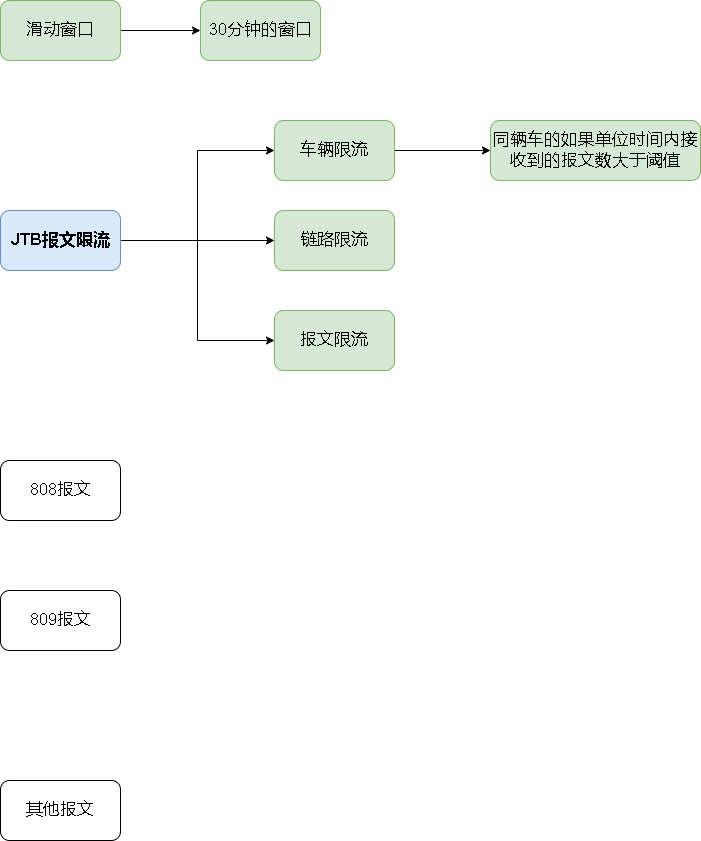
Above: jtb报文限流.drawio.png in xktder/draw (draw.io), before the change. Source tidied: cells renumbered, new cells last; positions are measured from the earlier drawing's top-left corner, leaving out a move shared by most shapes.
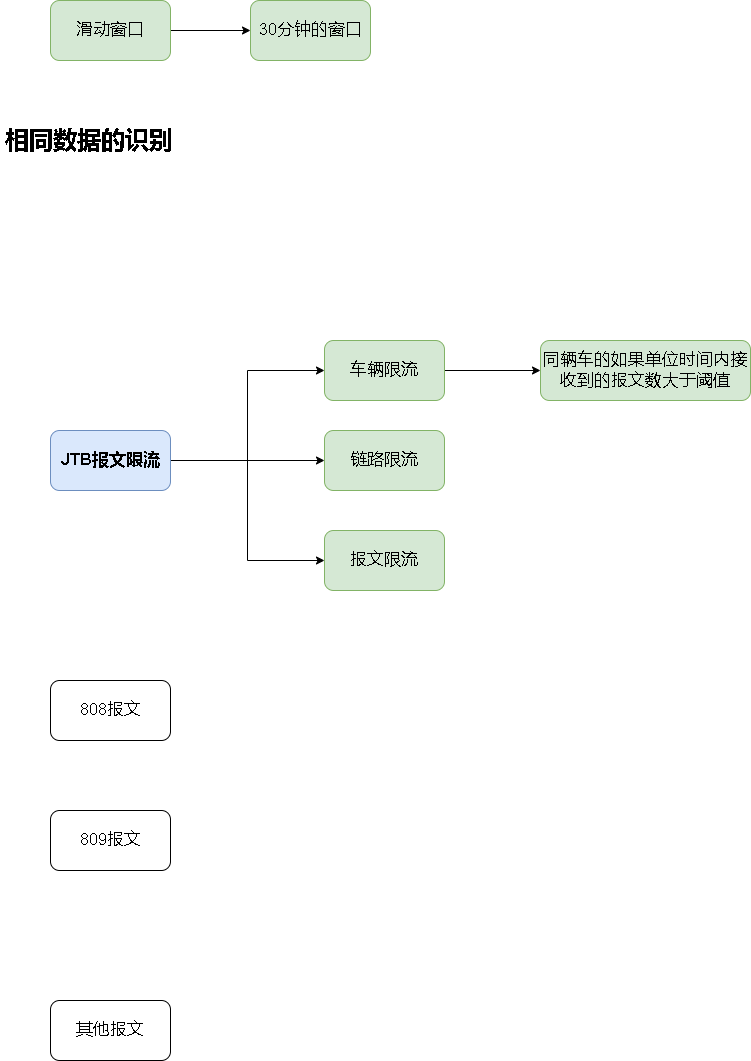
The same file after the commit.

Commit message:
更新jtb报文限流.drawio.png

The edit, as a diff of the source:
```diff
@@ -42,10 +42,13 @@
       <mxGeometry relative="1" as="geometry" />
     </mxCell>
     <mxCell id="15" value="滑动窗口" style="rounded=1;whiteSpace=wrap;html=1;fontSize=17;fillColor=#d5e8d4;strokeColor=#82b366;" parent="1" vertex="1">
-      <mxGeometry width="120" height="60" as="geometry" />
+      <mxGeometry y="-220" width="120" height="60" as="geometry" />
     </mxCell>
     <mxCell id="16" value="30分钟的窗口" style="rounded=1;whiteSpace=wrap;html=1;fontSize=17;fillColor=#d5e8d4;strokeColor=#82b366;" parent="1" vertex="1">
-      <mxGeometry x="200" width="120" height="60" as="geometry" />
+      <mxGeometry x="200" y="-220" width="120" height="60" as="geometry" />
     </mxCell>
+    <mxCell id="17" value="&lt;h1&gt;相同数据的识别&lt;/h1&gt;&lt;p&gt;&lt;br&gt;&lt;/p&gt;" style="text;html=1;strokeColor=none;fillColor=none;spacing=5;spacingTop=-20;whiteSpace=wrap;overflow=hidden;rounded=0;" parent="1" vertex="1">
+      <mxGeometry x="-50" y="-100" width="190" height="120" as="geometry" />
+    </mxCell>
   </root>
 </mxGraphModel>
```
